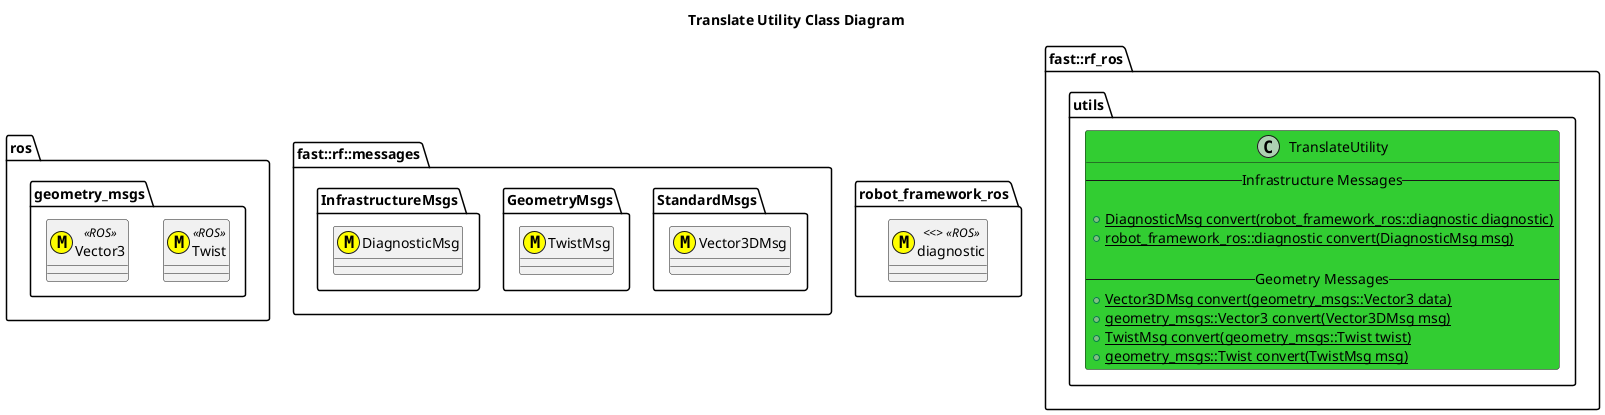
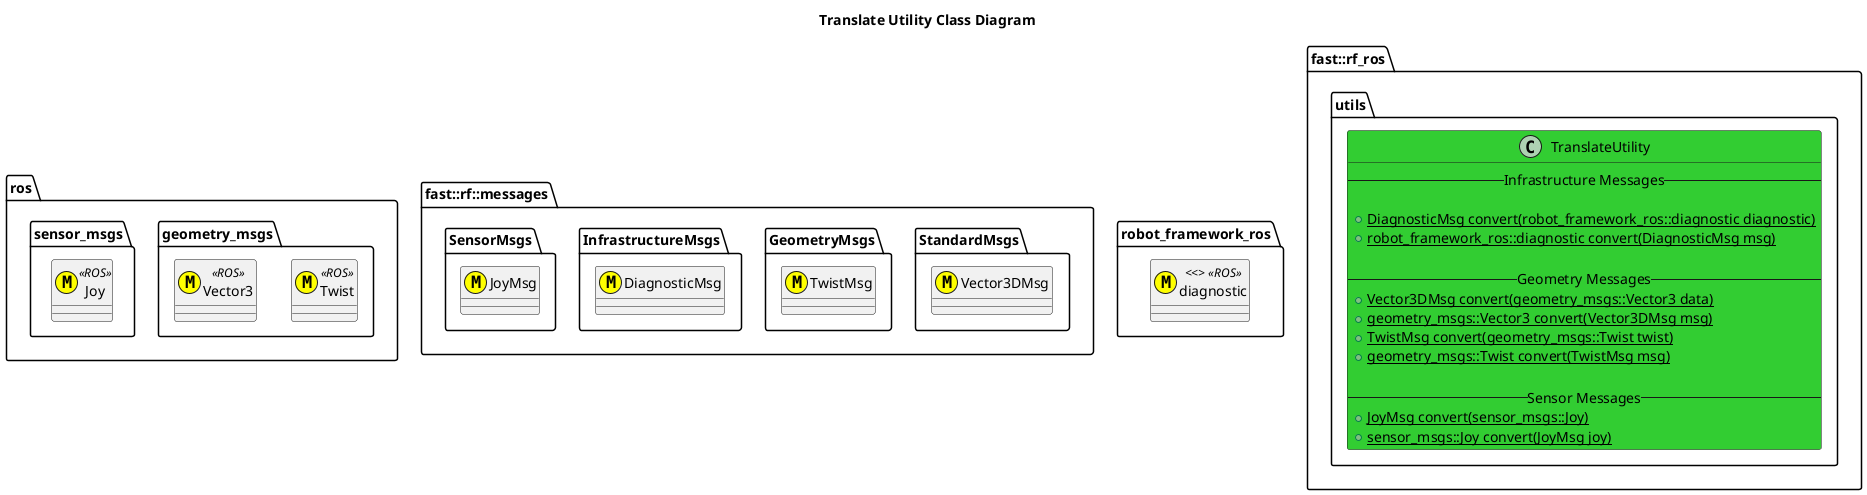
@startuml
title Translate Utility Class Diagram
namespace ros {
    namespace geometry_msgs {
        class Twist <<(M,#FFFF00)>> <<ROS>>
        class Vector3 <<(M,#FFFF00)>> <<ROS>>
+     }
+     namespace sensor_msgs {
+         class Joy <<(M,#FFFF00)>> <<ROS>>
    }
}
namespace fast::rf::messages {
    namespace StandardMsgs {
        class Vector3DMsg <<(M,#FFFF00)>>
    }
    namespace GeometryMsgs {
        class TwistMsg <<(M,#FFFF00)>>
    }
    namespace InfrastructureMsgs {
        class DiagnosticMsg <<(M,#FFFF00)>>
+     }
+     namespace SensorMsgs {
+         class JoyMsg <<(M,#FFFF00)>>
    }
}
namespace robot_framework_ros {
    class diagnostic <<(M,#FFFF00)> <<ROS>>
}
namespace fast::rf_ros {
    namespace utils {
        class TranslateUtility #LimeGreen {
            -- Infrastructure Messages --

            +{static} DiagnosticMsg convert(robot_framework_ros::diagnostic diagnostic)
            +{static} robot_framework_ros::diagnostic convert(DiagnosticMsg msg)

            -- Geometry Messages --
            +{static} Vector3DMsg convert(geometry_msgs::Vector3 data)
            +{static} geometry_msgs::Vector3 convert(Vector3DMsg msg)
            +{static} TwistMsg convert(geometry_msgs::Twist twist)
            +{static} geometry_msgs::Twist convert(TwistMsg msg)
+ 
+             -- Sensor Messages --
+             +{static} JoyMsg convert(sensor_msgs::Joy)
+             +{static} sensor_msgs::Joy convert(JoyMsg joy)
        }

    }
}

@enduml